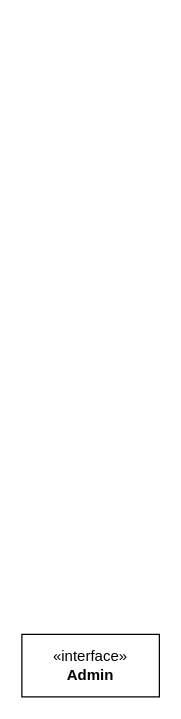
kairxuu/PORTFOLIO keeps this draw.io diagram as PORTFOLIO.drawio. Above is the earlier version. Source tidied: cells renumbered, new cells numbered last; positions are measured from the earlier drawing's top-left corner, leaving out a move shared by most shapes. Both pictures are drawn from the tidied source at 125%, with x=0, y=0 at pixel (21, 634).
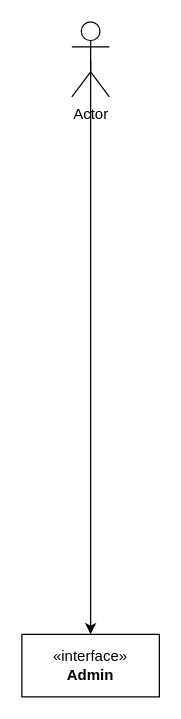
The same page after the edit.

Diff of the diagram source:
```diff
@@
 <mxGraphModel>
   <root>
     <mxCell id="0" />
     <mxCell id="1" parent="0" />
     <mxCell id="2" value="«interface»&lt;br&gt;&lt;b&gt;Admin&lt;/b&gt;" style="html=1;whiteSpace=wrap;" parent="1" vertex="1">
       <mxGeometry width="110" height="50" as="geometry" />
     </mxCell>
+    <mxCell id="3" style="edgeStyle=orthogonalEdgeStyle;rounded=0;jettySize=auto;html=1;exitX=0.5;exitY=0.5;exitDx=0;exitDy=0;exitPerimeter=0;entryX=0.5;entryY=0;entryDx=0;entryDy=0;" parent="1" edge="1" source="4" target="2">
+      <mxGeometry relative="1" as="geometry" />
+    </mxCell>
+    <mxCell id="4" value="Actor" style="shape=umlActor;verticalLabelPosition=bottom;verticalAlign=top;html=1;" parent="1" vertex="1">
+      <mxGeometry x="40" y="-490" width="30" height="60" as="geometry" />
+    </mxCell>
   </root>
 </mxGraphModel>
```
